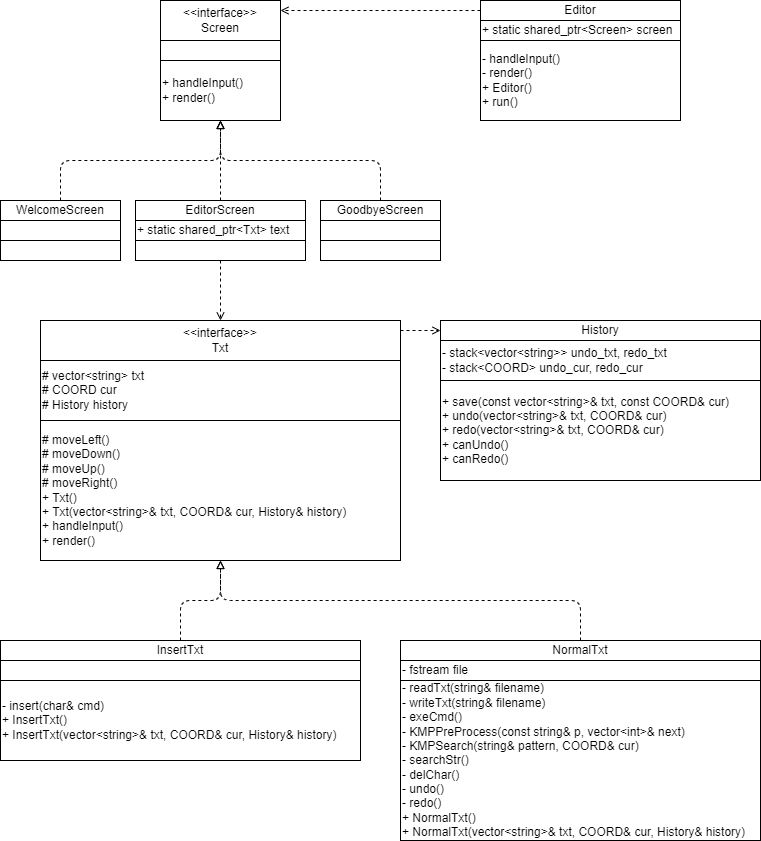
This is assets/UML.png from lyj-fdu/FDVIM, a draw.io export, as it was before one commit. Source tidied: cells renumbered, new cells last; positions are measured from the earlier drawing's top-left corner, leaving out a move shared by most shapes.
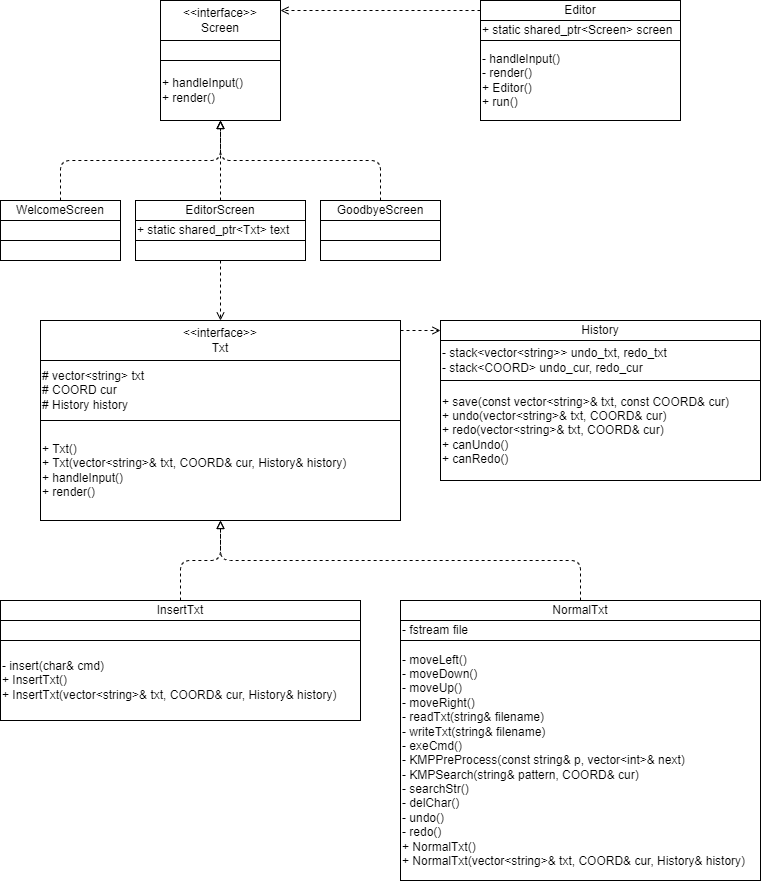
After the commit.

What changed in the source:
```diff
@@ -87,8 +87,8 @@
     <mxCell id="26" value="&amp;lt;&amp;lt;interface&amp;gt;&amp;gt;&lt;br&gt;Txt" style="rounded=0;whiteSpace=wrap;html=1;" parent="1" vertex="1">
       <mxGeometry x="40" y="320" width="360" height="40" as="geometry" />
     </mxCell>
-    <mxCell id="27" value="&lt;div style=&quot;&quot;&gt;&lt;div&gt;&lt;div&gt;# moveLeft()&lt;/div&gt;&lt;div&gt;# moveDown()&lt;/div&gt;&lt;div&gt;# moveUp()&lt;/div&gt;&lt;div&gt;# moveRight()&lt;/div&gt;&lt;/div&gt;&lt;div&gt;+ Txt()&lt;/div&gt;&lt;div&gt;&lt;div&gt;+ Txt(vector&amp;lt;string&amp;gt;&amp;amp; txt, COORD&amp;amp; cur, History&amp;amp; history)&lt;/div&gt;&lt;/div&gt;&lt;div&gt;+ handleInput()&lt;/div&gt;&lt;div&gt;+ render()&lt;/div&gt;&lt;/div&gt;" style="rounded=0;whiteSpace=wrap;html=1;align=left;" parent="1" vertex="1">
-      <mxGeometry x="40" y="420" width="360" height="140" as="geometry" />
+    <mxCell id="27" value="&lt;div style=&quot;&quot;&gt;&lt;div&gt;&lt;span style=&quot;background-color: initial;&quot;&gt;+ Txt()&lt;/span&gt;&lt;br&gt;&lt;/div&gt;&lt;div&gt;&lt;div&gt;+ Txt(vector&amp;lt;string&amp;gt;&amp;amp; txt, COORD&amp;amp; cur, History&amp;amp; history)&lt;/div&gt;&lt;/div&gt;&lt;div&gt;+ handleInput()&lt;/div&gt;&lt;div&gt;+ render()&lt;/div&gt;&lt;/div&gt;" style="rounded=0;whiteSpace=wrap;html=1;align=left;" parent="1" vertex="1">
+      <mxGeometry x="40" y="420" width="360" height="100" as="geometry" />
     </mxCell>
     <mxCell id="28" value="&lt;div&gt;# vector&amp;lt;string&amp;gt; txt&lt;/div&gt;&lt;div&gt;# COORD cur&lt;/div&gt;&lt;div&gt;# History history&lt;/div&gt;" style="rounded=0;whiteSpace=wrap;html=1;align=left;" parent="1" vertex="1">
       <mxGeometry x="40" y="360" width="360" height="60" as="geometry" />
@@ -97,35 +97,37 @@
       <mxGeometry relative="1" as="geometry">
         <Array as="points">
           <mxPoint x="180" y="600" />
-          <mxPoint x="220" y="600" />
+          <mxPoint x="180" y="560" />
+          <mxPoint x="220" y="560" />
         </Array>
       </mxGeometry>
     </mxCell>
     <mxCell id="30" value="InsertTxt" style="rounded=0;whiteSpace=wrap;html=1;" parent="1" vertex="1">
-      <mxGeometry y="640" width="360" height="20" as="geometry" />
+      <mxGeometry y="600" width="360" height="20" as="geometry" />
     </mxCell>
     <mxCell id="31" style="rounded=0;whiteSpace=wrap;html=1;" parent="1" vertex="1">
-      <mxGeometry y="660" width="360" height="20" as="geometry" />
+      <mxGeometry y="620" width="360" height="20" as="geometry" />
     </mxCell>
     <mxCell id="32" value="- insert(char&amp;amp; cmd)&lt;br&gt;+ InsertTxt()&lt;br&gt;+ InsertTxt(vector&amp;lt;string&amp;gt;&amp;amp; txt, COORD&amp;amp; cur, History&amp;amp; history)" style="rounded=0;whiteSpace=wrap;html=1;align=left;" parent="1" vertex="1">
-      <mxGeometry y="680" width="360" height="80" as="geometry" />
+      <mxGeometry y="640" width="360" height="80" as="geometry" />
     </mxCell>
     <mxCell id="33" style="edgeStyle=none;html=1;exitX=0.5;exitY=0;exitDx=0;exitDy=0;entryX=0.5;entryY=1;entryDx=0;entryDy=0;endArrow=block;endFill=0;dashed=1;" parent="1" edge="1" source="34" target="27">
       <mxGeometry relative="1" as="geometry">
         <Array as="points">
           <mxPoint x="580" y="600" />
-          <mxPoint x="220" y="600" />
+          <mxPoint x="580" y="560" />
+          <mxPoint x="220" y="560" />
         </Array>
       </mxGeometry>
     </mxCell>
     <mxCell id="34" value="NormalTxt" style="rounded=0;whiteSpace=wrap;html=1;" parent="1" vertex="1">
-      <mxGeometry x="400" y="640" width="360" height="20" as="geometry" />
+      <mxGeometry x="400" y="600" width="360" height="20" as="geometry" />
     </mxCell>
     <mxCell id="35" value="- fstream file" style="rounded=0;whiteSpace=wrap;html=1;align=left;" parent="1" vertex="1">
-      <mxGeometry x="400" y="660" width="360" height="20" as="geometry" />
+      <mxGeometry x="400" y="620" width="360" height="20" as="geometry" />
     </mxCell>
-    <mxCell id="36" value="&lt;div&gt;- readTxt(string&amp;amp; filename)&lt;/div&gt;&lt;div&gt;&lt;span style=&quot;background-color: initial;&quot;&gt;- writeTxt(string&amp;amp; filename)&lt;/span&gt;&lt;br&gt;&lt;/div&gt;&lt;div&gt;&lt;div&gt;- exeCmd()&lt;/div&gt;&lt;/div&gt;&lt;div&gt;- KMPPreProcess(const string&amp;amp; p, vector&amp;lt;int&amp;gt;&amp;amp; next)&lt;/div&gt;&lt;div&gt;- KMPSearch(string&amp;amp; pattern, COORD&amp;amp; cur)&lt;/div&gt;&lt;div&gt;&lt;div&gt;- searchStr()&lt;br&gt;&lt;/div&gt;&lt;div&gt;&lt;span style=&quot;background-color: initial;&quot;&gt;- delChar()&lt;/span&gt;&lt;br&gt;&lt;/div&gt;&lt;div&gt;- undo()&lt;/div&gt;&lt;div&gt;- redo()&lt;/div&gt;&lt;/div&gt;&lt;div&gt;+ NormalTxt()&lt;/div&gt;&lt;div&gt;+ NormalTxt(vector&amp;lt;string&amp;gt;&amp;amp; txt, COORD&amp;amp; cur, History&amp;amp; history)&lt;br&gt;&lt;/div&gt;" style="rounded=0;whiteSpace=wrap;html=1;align=left;" parent="1" vertex="1">
-      <mxGeometry x="400" y="680" width="360" height="160" as="geometry" />
+    <mxCell id="36" value="&lt;div&gt;&lt;div&gt;- moveLeft()&lt;/div&gt;&lt;div&gt;- moveDown()&lt;/div&gt;&lt;div&gt;- moveUp()&lt;/div&gt;&lt;div&gt;- moveRight()&lt;/div&gt;&lt;/div&gt;&lt;div&gt;- readTxt(string&amp;amp; filename)&lt;/div&gt;&lt;div&gt;&lt;span style=&quot;background-color: initial;&quot;&gt;- writeTxt(string&amp;amp; filename)&lt;/span&gt;&lt;br&gt;&lt;/div&gt;&lt;div&gt;&lt;div&gt;- exeCmd()&lt;/div&gt;&lt;/div&gt;&lt;div&gt;- KMPPreProcess(const string&amp;amp; p, vector&amp;lt;int&amp;gt;&amp;amp; next)&lt;/div&gt;&lt;div&gt;- KMPSearch(string&amp;amp; pattern, COORD&amp;amp; cur)&lt;/div&gt;&lt;div&gt;&lt;div&gt;- searchStr()&lt;br&gt;&lt;/div&gt;&lt;div&gt;&lt;span style=&quot;background-color: initial;&quot;&gt;- delChar()&lt;/span&gt;&lt;br&gt;&lt;/div&gt;&lt;div&gt;- undo()&lt;/div&gt;&lt;div&gt;- redo()&lt;/div&gt;&lt;/div&gt;&lt;div&gt;+ NormalTxt()&lt;/div&gt;&lt;div&gt;+ NormalTxt(vector&amp;lt;string&amp;gt;&amp;amp; txt, COORD&amp;amp; cur, History&amp;amp; history)&lt;br&gt;&lt;/div&gt;" style="rounded=0;whiteSpace=wrap;html=1;align=left;" parent="1" vertex="1">
+      <mxGeometry x="400" y="640" width="360" height="240" as="geometry" />
     </mxCell>
   </root>
 </mxGraphModel>
```
